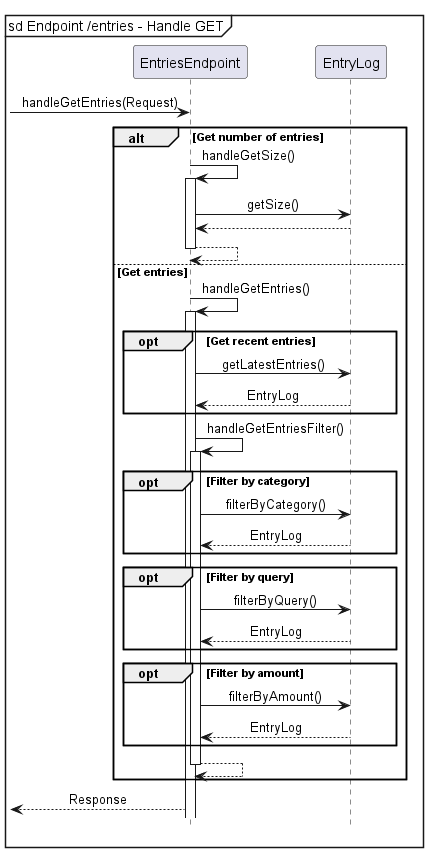
Earlier version of the PlantUML export docs/static/backend/EntriesEndpointGetSequence.png (nus-cs2113-AY2223S2/tp).
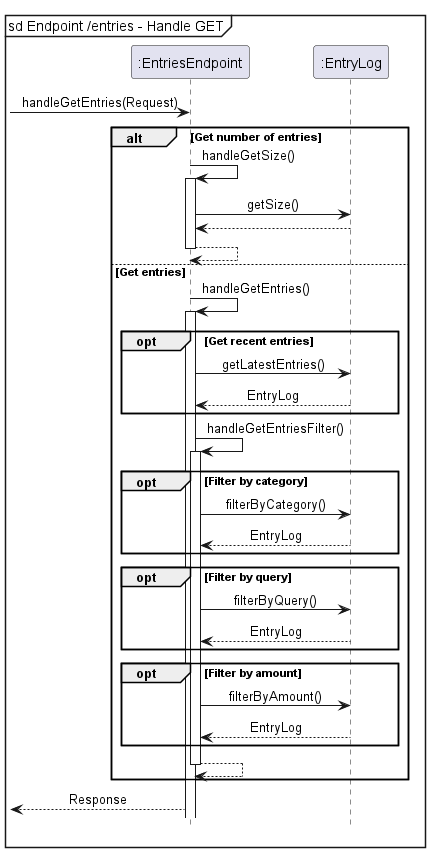
After the change.

What changed in the source:
```diff
@@ -2,6 +2,8 @@
 !include ../Style.puml
 
 mainframe sd Endpoint /entries - Handle GET
+participant ":EntriesEndpoint" as EntriesEndpoint
+participant ":EntryLog" as EntryLog
 
 -> EntriesEndpoint : handleGetEntries(Request)
 
```
